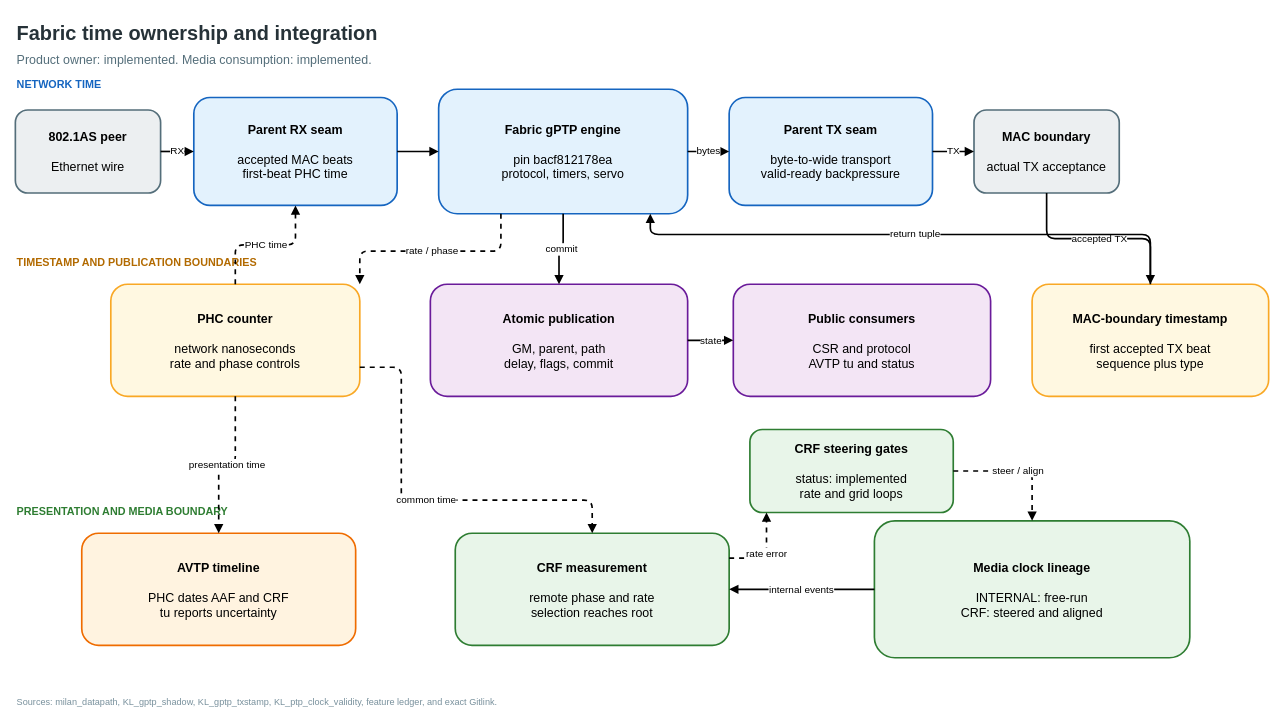
The draw.io diagram docs/diagrams/timesync_chain.drawio in kebag-logic/milan-fpga, before the edit. Source tidied: cells renumbered, new cells numbered last; positions are measured from the earlier drawing's top-left corner, leaving out a move shared by most shapes. Both pictures are drawn from the tidied source at 83%, with x=0, y=0 at pixel (15, 14).
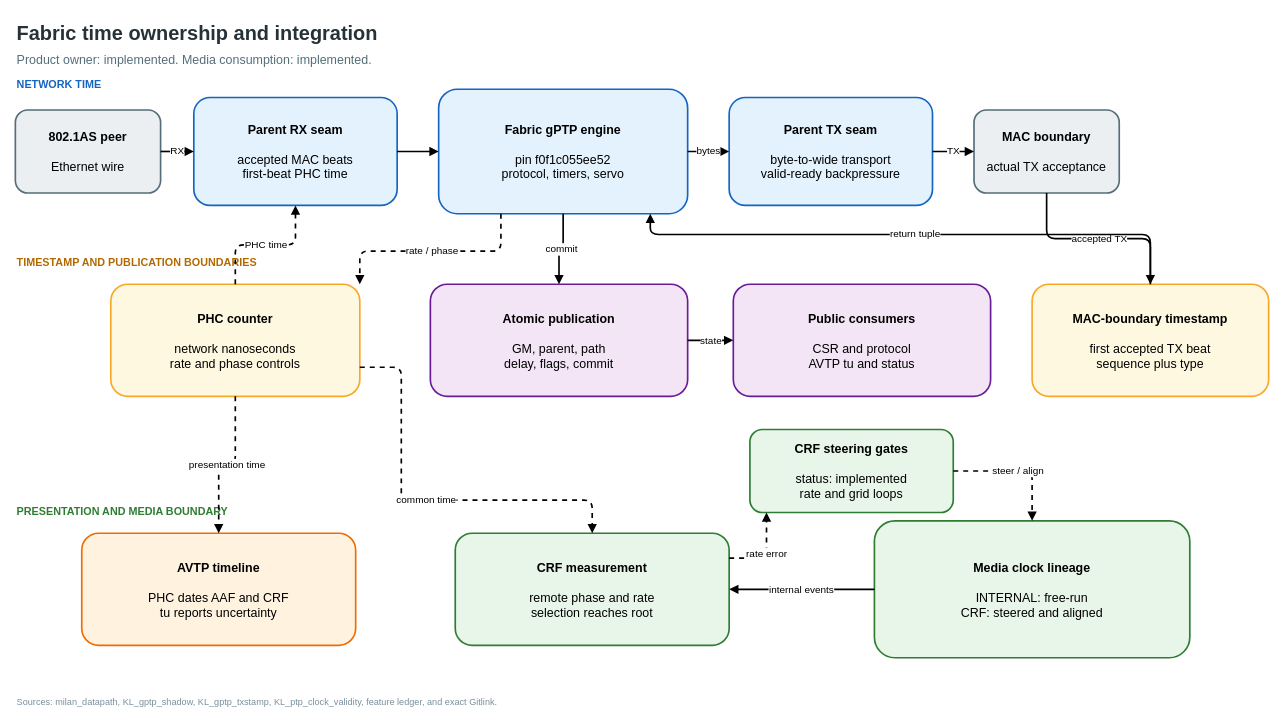
After the change.

The edit, as a diff of the source:
```diff
@@
-    <mxCell id="10" value="&lt;b&gt;Fabric gPTP engine&lt;/b&gt;&lt;br&gt;&lt;br&gt;pin bacf812178ea&lt;br&gt;protocol, timers, servo" style="rounded=1;whiteSpace=wrap;html=1;verticalAlign=middle;align=center;fontSize=15;strokeWidth=2;fillColor=#E3F2FD;strokeColor=#1565C0;" parent="1" vertex="1">
+    <mxCell id="10" value="&lt;b&gt;Fabric gPTP engine&lt;/b&gt;&lt;br&gt;&lt;br&gt;pin f0f1c055ee52&lt;br&gt;protocol, timers, servo" style="rounded=1;whiteSpace=wrap;html=1;verticalAlign=middle;align=center;fontSize=15;strokeWidth=2;fillColor=#E3F2FD;strokeColor=#1565C0;" parent="1" vertex="1">
       <mxGeometry x="510" y="90" width="300" height="150" as="geometry" />
     </mxCell>
```
